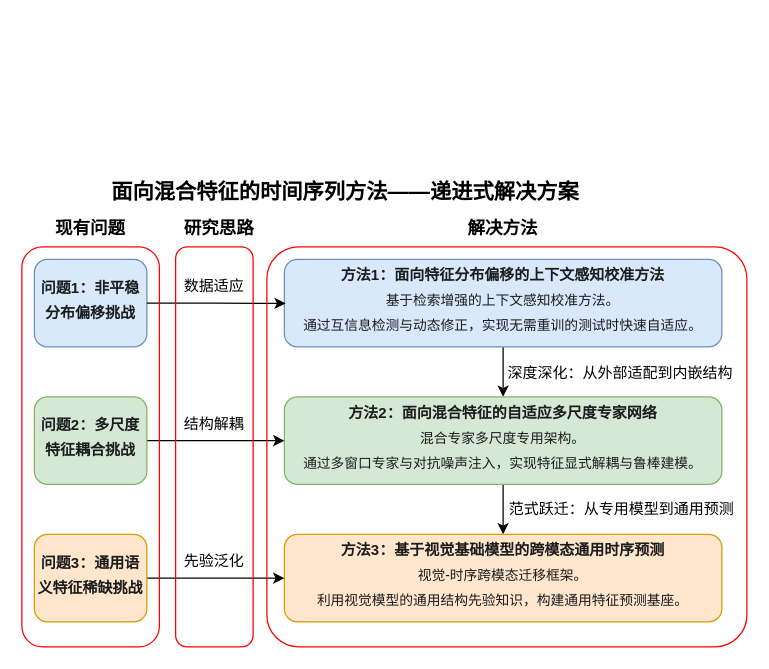
This is 硕士毕业论文图.drawio from HALF111/Research_figures, a draw.io file, before an edit. Source tidied: cells renumbered, new cells numbered last; positions are measured from the earlier drawing's top-left corner, leaving out a move shared by most shapes. Both pictures are drawn from the tidied source at 125%, with x=0, y=0 at pixel (21, 171).
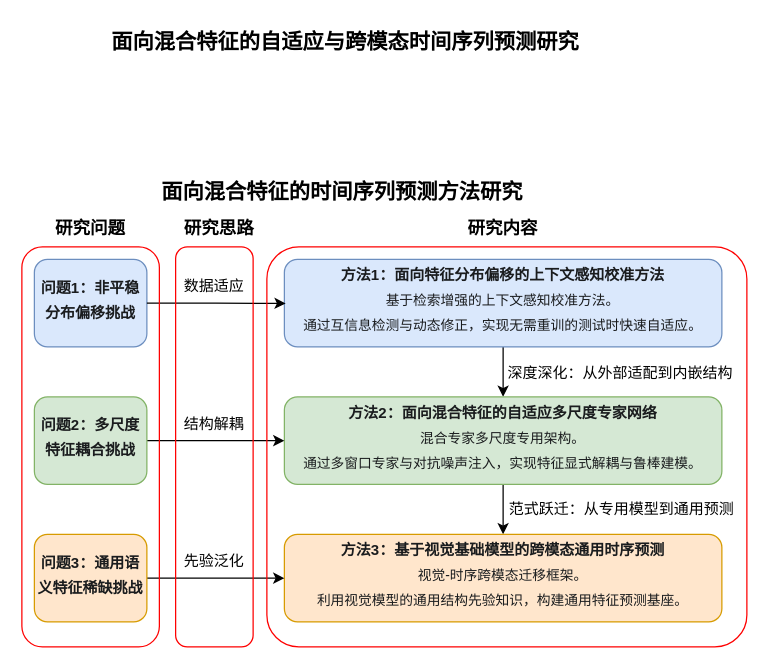
The same diagram, later.

Commit message:
更新硕士毕业论文图.drawio

The edit, as a diff of the source:
```diff
@@
-    <mxCell id="9" value="&lt;div style=&quot;text-align: center;&quot;&gt;&lt;span style=&quot;background-color: transparent; color: light-dark(rgb(0, 0, 0), rgb(255, 255, 255));&quot;&gt;&lt;font face=&quot;仿宋&quot; style=&quot;font-size: 17px;&quot;&gt;&lt;b style=&quot;&quot;&gt;面向混合特征的时间序列方法——递进式解决方案&lt;/b&gt;&lt;/font&gt;&lt;/span&gt;&lt;/div&gt;" style="text;whiteSpace=wrap;html=1;textShadow=0;" parent="1" vertex="1">
-      <mxGeometry x="70" width="380" height="30" as="geometry" />
+    <mxCell id="9" value="&lt;div style=&quot;text-align: center;&quot;&gt;&lt;font face=&quot;仿宋&quot;&gt;&lt;span style=&quot;font-size: 17px;&quot;&gt;&lt;b&gt;面向混合特征的时间序列预测方法研究&lt;/b&gt;&lt;/span&gt;&lt;/font&gt;&lt;/div&gt;" style="text;whiteSpace=wrap;html=1;textShadow=0;" parent="1" vertex="1">
+      <mxGeometry x="110" width="300" height="30" as="geometry" />
     </mxCell>
@@
-    <mxCell id="22" value="&lt;div style=&quot;text-align: center;&quot;&gt;&lt;font face=&quot;仿宋&quot;&gt;&lt;span style=&quot;font-size: 14px;&quot;&gt;&lt;span&gt;现有问题&lt;/span&gt;&lt;/span&gt;&lt;/font&gt;&lt;/div&gt;" style="text;whiteSpace=wrap;html=1;textShadow=0;fontStyle=1;" parent="1" vertex="1">
+    <mxCell id="22" value="&lt;div style=&quot;text-align: center;&quot;&gt;&lt;font face=&quot;仿宋&quot;&gt;&lt;span style=&quot;font-size: 14px;&quot;&gt;&lt;span&gt;研究问题&lt;/span&gt;&lt;/span&gt;&lt;/font&gt;&lt;/div&gt;" style="text;whiteSpace=wrap;html=1;textShadow=0;fontStyle=1;" parent="1" vertex="1">
       <mxGeometry x="25" y="30" width="60" height="30" as="geometry" />
     </mxCell>
@@
-    <mxCell id="24" value="&lt;div style=&quot;text-align: center;&quot;&gt;&lt;font face=&quot;仿宋&quot;&gt;&lt;span style=&quot;font-size: 14px;&quot;&gt;&lt;b&gt;解决方法&lt;/b&gt;&lt;/span&gt;&lt;/font&gt;&lt;/div&gt;" style="text;whiteSpace=wrap;html=1;textShadow=0;" parent="1" vertex="1">
+    <mxCell id="24" value="&lt;div style=&quot;text-align: center;&quot;&gt;&lt;font face=&quot;仿宋&quot;&gt;&lt;span style=&quot;font-size: 14px;&quot;&gt;&lt;b&gt;研究内容&lt;/b&gt;&lt;/span&gt;&lt;/font&gt;&lt;/div&gt;" style="text;whiteSpace=wrap;html=1;textShadow=0;" parent="1" vertex="1">
       <mxGeometry x="355" y="30" width="60" height="30" as="geometry" />
     </mxCell>
+    <mxCell id="25" value="&lt;div style=&quot;text-align: center;&quot;&gt;&lt;font face=&quot;仿宋&quot;&gt;&lt;span style=&quot;font-size: 17px;&quot;&gt;&lt;b&gt;面向混合特征的自适应与跨模态时间序列预测研究&lt;/b&gt;&lt;/span&gt;&lt;/font&gt;&lt;/div&gt;" style="text;whiteSpace=wrap;html=1;textShadow=0;" parent="1" vertex="1">
+      <mxGeometry x="70" y="-120" width="410" height="30" as="geometry" />
+    </mxCell>
```
